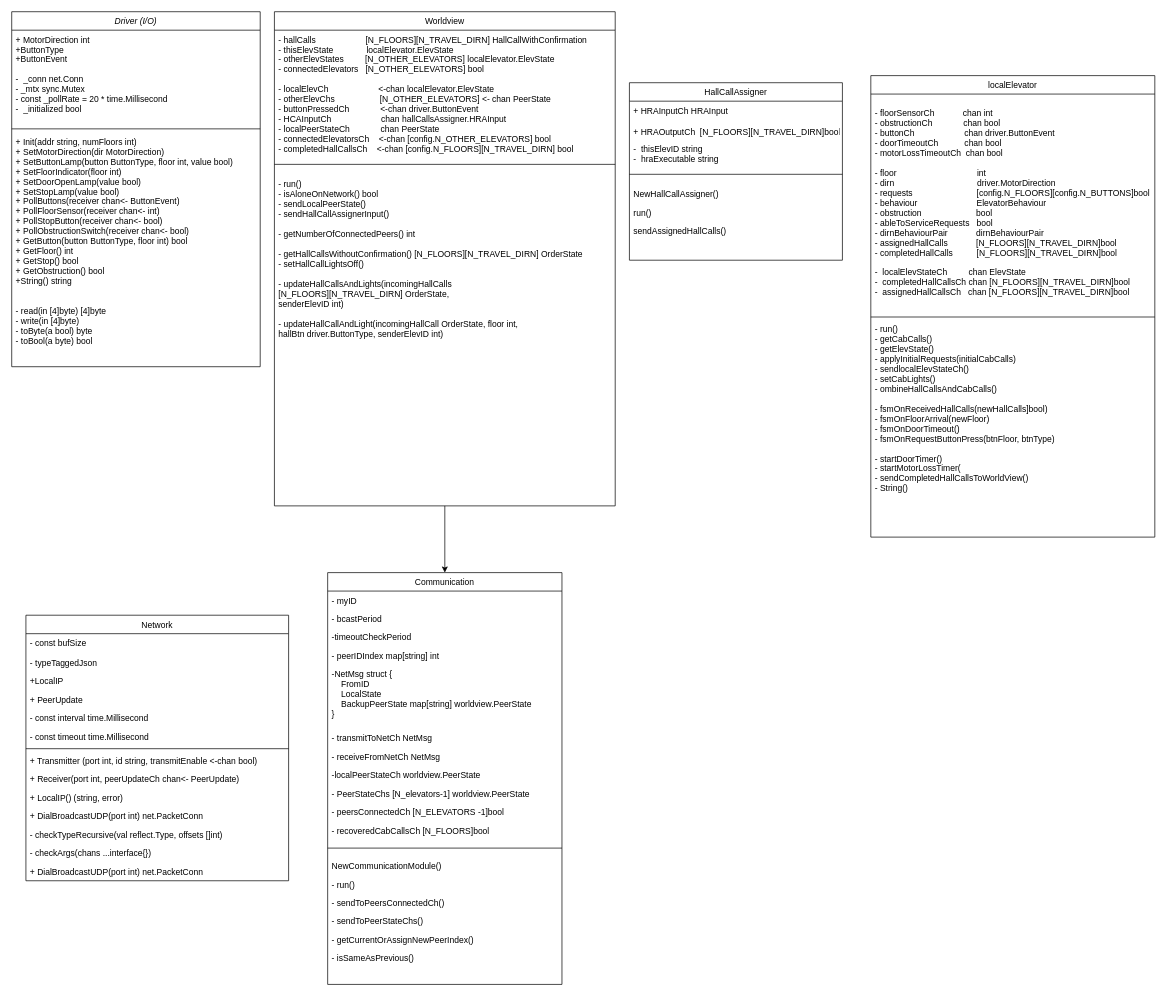
Before: Diagrammer/final_class_diagram.drawio in MathiasSagerup/Sanntid, a draw.io diagram. Source tidied: cells renumbered, new cells numbered last; positions are measured from the earlier drawing's top-left corner, leaving out a move shared by most shapes. Both pictures are drawn from the tidied source at 71%, with x=0, y=0 at pixel (11, 11).
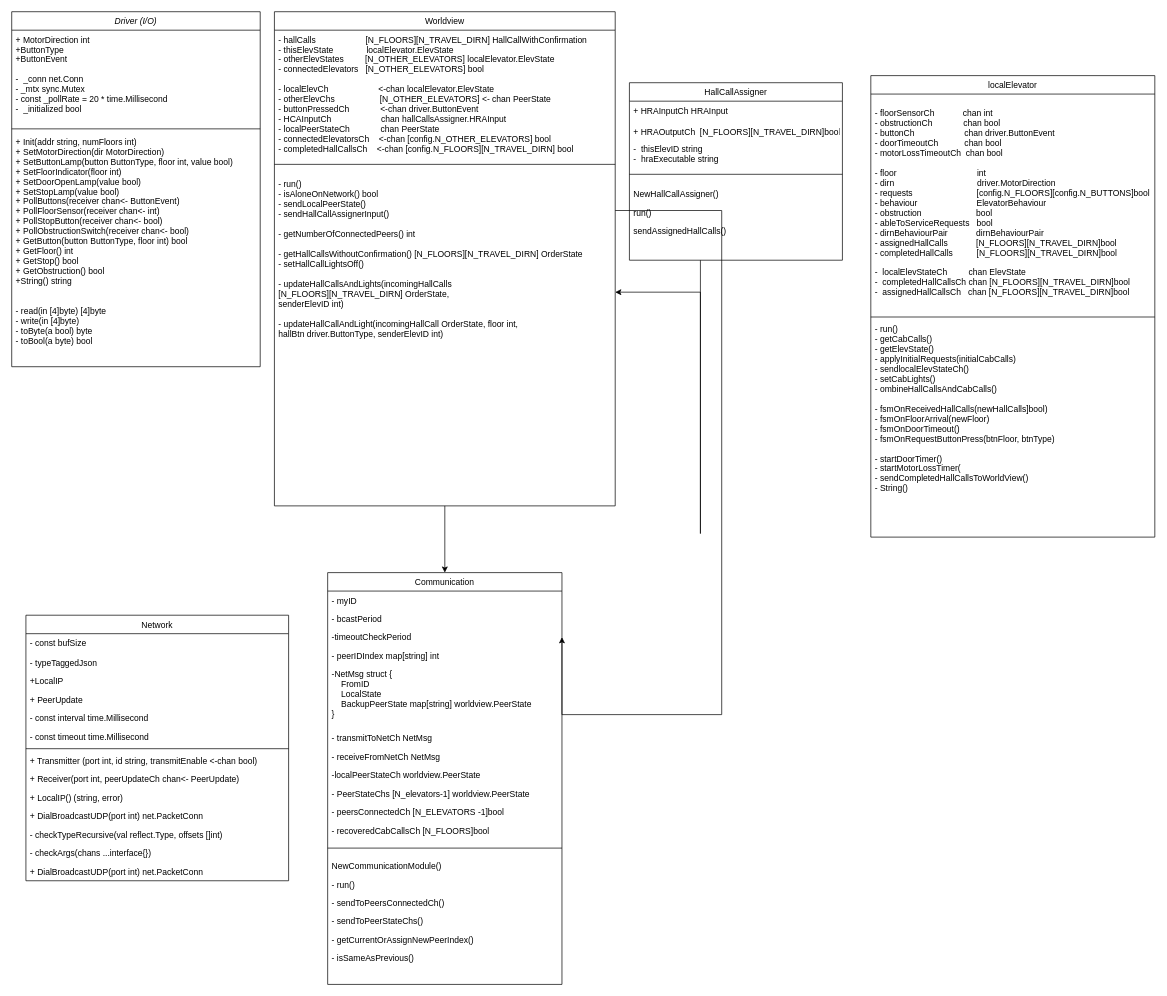
After the change.

Unchanged cells that the change refers to:
```xml
<mxCell id="13" value="-timeoutCheckPeriod" style="text;align=left;verticalAlign=top;spacingLeft=4;spacingRight=4;overflow=hidden;points=[[0,0.5],[1,0.5]];portConstraint=eastwest;rounded=0;shadow=0;html=0;" parent="10" vertex="1">
  <mxGeometry y="78" width="330" height="26" as="geometry" />
</mxCell>
<mxCell id="30" value="Worldview" style="swimlane;fontStyle=0;align=center;verticalAlign=top;horizontal=1;startSize=26;rounded=0;shadow=0;strokeWidth=1;" parent="1" vertex="1">
  <mxGeometry x="370" width="480" height="696" as="geometry" />
</mxCell>
<mxCell id="33" value="- run()&#10;- isAloneOnNetwork() bool&#10;- sendLocalPeerState()&#10;- sendHallCallAssignerInput()&#10;&#10;- getNumberOfConnectedPeers() int&#10;&#10;- getHallCallsWithoutConfirmation() [N_FLOORS][N_TRAVEL_DIRN] OrderState&#10;- setHallCallLightsOff()&#10;&#10;- updateHallCallsAndLights(incomingHallCalls &#10;[N_FLOORS][N_TRAVEL_DIRN] OrderState, &#10;senderElevID int)&#10;&#10;- updateHallCallAndLight(incomingHallCall OrderState, floor int, &#10;hallBtn driver.ButtonType, senderElevID int)&#10;&#10;" style="text;align=left;verticalAlign=top;spacingLeft=4;spacingRight=4;overflow=hidden;points=[[0,0.5],[1,0.5]];portConstraint=eastwest;rounded=0;shadow=0;html=0;" parent="30" vertex="1">
  <mxGeometry y="230" width="480" height="330" as="geometry" />
</mxCell>
<mxCell id="34" value="HallCallAssigner" style="swimlane;fontStyle=0;align=center;verticalAlign=top;horizontal=1;startSize=26;rounded=0;shadow=0;strokeWidth=1;" parent="1" vertex="1">
  <mxGeometry x="870" y="100" width="300" height="250" as="geometry" />
</mxCell>
```

Diff of the diagram source:
```diff
@@
+    <mxCell id="57" style="edgeStyle=orthogonalEdgeStyle;rounded=0;jettySize=auto;html=1;entryX=1;entryY=0.5;entryDx=0;entryDy=0;" parent="1" edge="1" source="30" target="13">
+      <mxGeometry relative="1" as="geometry">
+        <Array as="points">
+          <mxPoint x="1000" y="280" />
+          <mxPoint x="1000" y="990" />
+        </Array>
+      </mxGeometry>
+    </mxCell>
@@
+    <mxCell id="58" style="edgeStyle=orthogonalEdgeStyle;rounded=0;jettySize=auto;html=1;" parent="1" edge="1" source="34" target="33">
+      <mxGeometry relative="1" as="geometry">
+        <Array as="points">
+          <mxPoint x="970" y="735" />
+          <mxPoint x="970" y="365" />
+        </Array>
+      </mxGeometry>
+    </mxCell>
```
